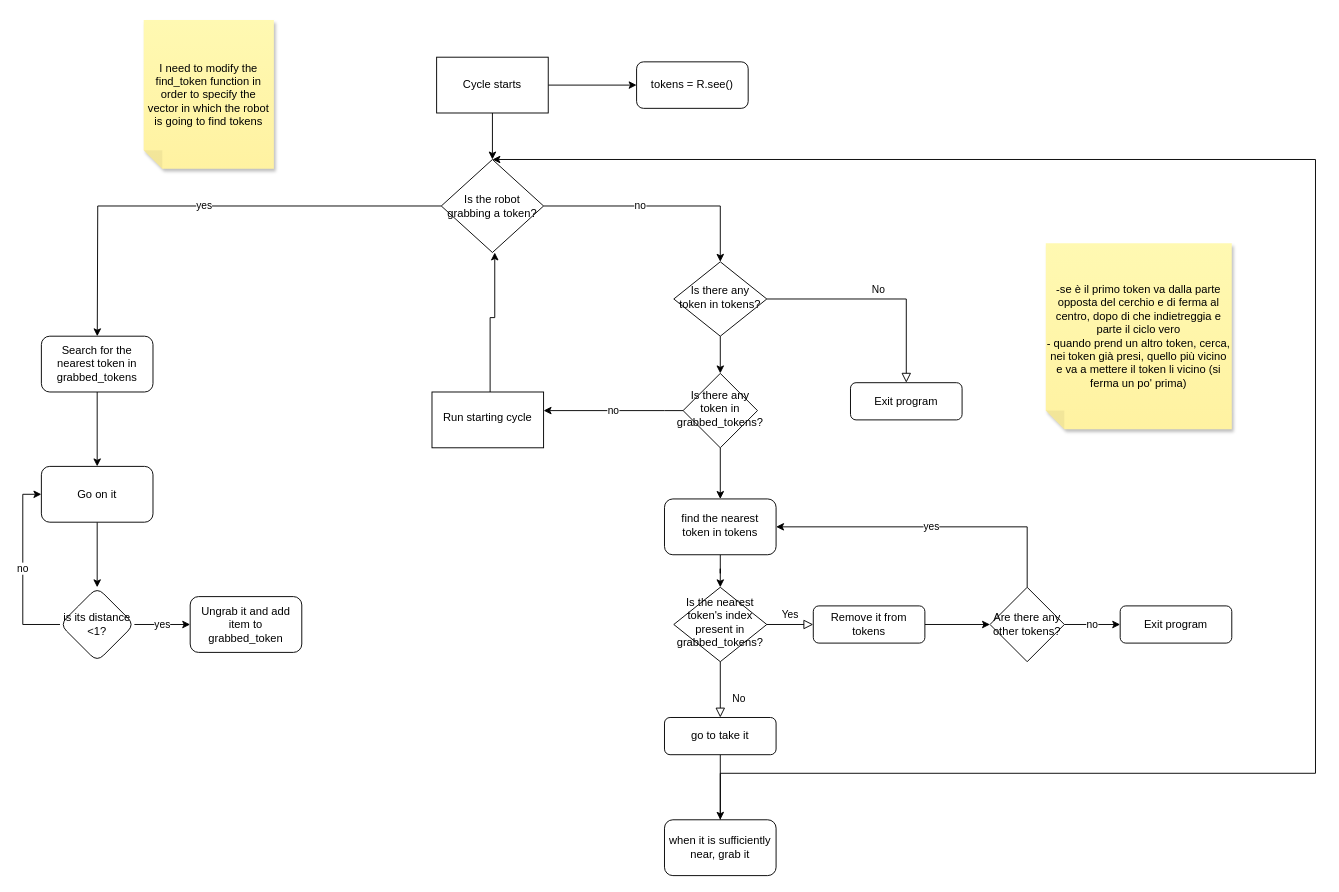
leleviola/rt1 keeps this draw.io diagram as Assignment1.drawio. Above is the earlier version. Source tidied: cells renumbered, new cells numbered last; positions are measured from the earlier drawing's top-left corner, leaving out a move shared by most shapes. Both pictures are drawn from the tidied source at 93%, with x=0, y=0 at pixel (22, 20).
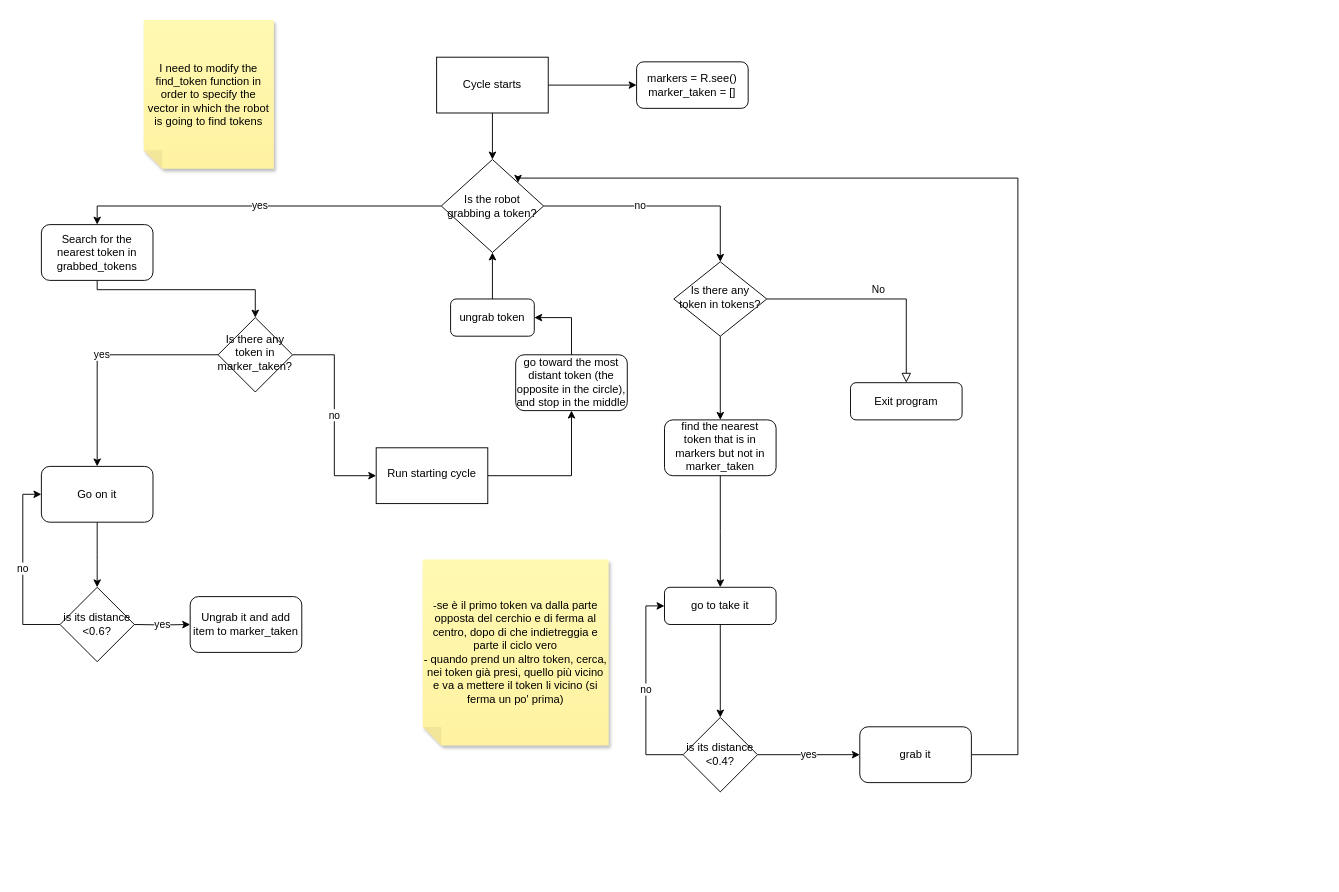
Above is the later version.

Unchanged cells that the change refers to:
```xml
<mxCell id="5" value="Is there any token in tokens?" style="rhombus;whiteSpace=wrap;html=1;shadow=0;fontFamily=Helvetica;fontSize=12;align=center;strokeWidth=1;spacing=6;spacingTop=-4;" parent="1" vertex="1">
  <mxGeometry x="700" y="260" width="100" height="80" as="geometry" />
</mxCell>
<mxCell id="18" value="Is the robot grabbing a token?" style="rhombus;whiteSpace=wrap;html=1;" parent="1" vertex="1">
  <mxGeometry x="450" y="150" width="110" height="100" as="geometry" />
</mxCell>
<mxCell id="36" value="Go on it" style="whiteSpace=wrap;html=1;rounded=1;" parent="1" vertex="1">
  <mxGeometry x="20" y="480" width="120" height="60" as="geometry" />
</mxCell>
```

What changed in the source:
```diff
@@
-    <mxCell id="2" value="tokens = R.see()" style="rounded=1;whiteSpace=wrap;html=1;fontSize=12;glass=0;strokeWidth=1;shadow=0;" parent="1" vertex="1">
+    <mxCell id="2" value="&lt;div&gt;markers = R.see()&lt;/div&gt;&lt;div&gt;marker_taken = []&lt;br&gt;&lt;/div&gt;" style="rounded=1;whiteSpace=wrap;html=1;fontSize=12;glass=0;strokeWidth=1;shadow=0;" parent="1" vertex="1">
       <mxGeometry x="660" y="45" width="120" height="50" as="geometry" />
     </mxCell>
@@
-    <mxCell id="4" style="edgeStyle=orthogonalEdgeStyle;rounded=0;jettySize=auto;html=1;" parent="1" edge="1" source="5" target="31">
-      <mxGeometry relative="1" as="geometry" />
-    </mxCell>
+    <mxCell id="43" style="edgeStyle=orthogonalEdgeStyle;rounded=0;jettySize=auto;html=1;entryX=0.5;entryY=0;entryDx=0;entryDy=0;" parent="1" edge="1" source="5" target="42">
+      <mxGeometry relative="1" as="geometry" />
+    </mxCell>
@@
-    <mxCell id="7" value="No" style="rounded=0;html=1;jettySize=auto;fontSize=11;endArrow=block;endFill=0;endSize=8;strokeWidth=1;shadow=0;labelBackgroundColor=none;edgeStyle=orthogonalEdgeStyle;" parent="1" edge="1" source="9" target="11">
-      <mxGeometry x="0.33" y="20" relative="1" as="geometry" />
-    </mxCell>
-    <mxCell id="8" value="Yes" style="edgeStyle=orthogonalEdgeStyle;rounded=0;html=1;jettySize=auto;fontSize=11;endArrow=block;endFill=0;endSize=8;strokeWidth=1;shadow=0;labelBackgroundColor=none;" parent="1" edge="1" source="9" target="13">
-      <mxGeometry y="10" relative="1" as="geometry" />
-    </mxCell>
-    <mxCell id="9" value="Is the nearest token's index present in grabbed_tokens?" style="rhombus;whiteSpace=wrap;html=1;shadow=0;fontFamily=Helvetica;fontSize=12;align=center;strokeWidth=1;spacing=6;spacingTop=-4;" parent="1" vertex="1">
-      <mxGeometry x="700" y="610" width="100" height="80" as="geometry" />
-    </mxCell>
-    <mxCell id="10" style="edgeStyle=orthogonalEdgeStyle;rounded=0;jettySize=auto;html=1;" parent="1" edge="1" source="11" target="26">
-      <mxGeometry relative="1" as="geometry" />
+    <mxCell id="10" style="edgeStyle=orthogonalEdgeStyle;rounded=0;jettySize=auto;html=1;" parent="1" edge="1" source="11">
+      <mxGeometry relative="1" as="geometry">
+        <mxPoint x="750" y="750" as="targetPoint" />
+      </mxGeometry>
     </mxCell>
     <mxCell id="11" value="go to take it" style="rounded=1;whiteSpace=wrap;html=1;fontSize=12;glass=0;strokeWidth=1;shadow=0;" parent="1" vertex="1">
-      <mxGeometry x="690" y="750" width="120" height="40" as="geometry" />
+      <mxGeometry x="690" y="610" width="120" height="40" as="geometry" />
     </mxCell>
-    <mxCell id="12" style="edgeStyle=orthogonalEdgeStyle;rounded=0;jettySize=auto;html=1;" parent="1" edge="1" source="13" target="22">
-      <mxGeometry relative="1" as="geometry" />
-    </mxCell>
-    <mxCell id="13" value="Remove it from tokens" style="rounded=1;whiteSpace=wrap;html=1;fontSize=12;glass=0;strokeWidth=1;shadow=0;" parent="1" vertex="1">
-      <mxGeometry x="850" y="630" width="120" height="40" as="geometry" />
-    </mxCell>
@@
-    <mxCell id="17" value="yes" style="edgeStyle=orthogonalEdgeStyle;rounded=0;jettySize=auto;html=1;" parent="1" edge="1" source="18">
-      <mxGeometry relative="1" as="geometry">
-        <mxPoint x="80.1" y="340.1" as="targetPoint" />
-      </mxGeometry>
-    </mxCell>
+    <mxCell id="44" value="yes" style="edgeStyle=orthogonalEdgeStyle;rounded=0;jettySize=auto;html=1;entryX=0.5;entryY=0;entryDx=0;entryDy=0;" parent="1" edge="1" source="18" target="28">
+      <mxGeometry relative="1" as="geometry" />
+    </mxCell>
@@
-    <mxCell id="20" value="no" style="edgeStyle=orthogonalEdgeStyle;rounded=0;jettySize=auto;html=1;" parent="1" edge="1" source="22" target="23">
-      <mxGeometry relative="1" as="geometry" />
-    </mxCell>
-    <mxCell id="21" value="yes" style="edgeStyle=orthogonalEdgeStyle;rounded=0;jettySize=auto;html=1;entryX=1;entryY=0.5;entryDx=0;entryDy=0;" parent="1" edge="1" source="22" target="42">
-      <mxGeometry relative="1" as="geometry">
-        <Array as="points">
-          <mxPoint x="1080" y="545" />
-        </Array>
-      </mxGeometry>
-    </mxCell>
-    <mxCell id="22" value="Are there any other tokens?" style="rhombus;whiteSpace=wrap;html=1;" parent="1" vertex="1">
-      <mxGeometry x="1040" y="610" width="80" height="80" as="geometry" />
-    </mxCell>
-    <mxCell id="23" value="Exit program" style="rounded=1;whiteSpace=wrap;html=1;" parent="1" vertex="1">
-      <mxGeometry x="1180" y="630" width="120" height="40" as="geometry" />
-    </mxCell>
     <mxCell id="24" value="&lt;div&gt;-se è il primo token va dalla parte opposta del cerchio e di ferma al centro, dopo di che indietreggia e parte il ciclo vero&lt;/div&gt;&lt;div&gt;- quando prend un altro token, cerca, nei token già presi, quello più vicino e va a mettere il token li vicino (si ferma un po' prima)&lt;br&gt;&lt;/div&gt;" style="shape=note;whiteSpace=wrap;html=1;backgroundOutline=1;fontColor=#000000;darkOpacity=0.05;fillColor=#FFF9B2;strokeColor=none;fillStyle=solid;direction=west;gradientDirection=north;gradientColor=#FFF2A1;shadow=1;size=20;" parent="1" vertex="1">
-      <mxGeometry x="1100" y="240" width="200" height="200" as="geometry" />
+      <mxGeometry x="430" y="580" width="200" height="200" as="geometry" />
     </mxCell>
-    <mxCell id="25" style="edgeStyle=orthogonalEdgeStyle;rounded=0;jettySize=auto;html=1;entryX=0.5;entryY=0;entryDx=0;entryDy=0;" parent="1" edge="1" source="26" target="18">
-      <mxGeometry relative="1" as="geometry">
-        <Array as="points">
-          <mxPoint x="750" y="810" />
-          <mxPoint x="1390" y="810" />
-          <mxPoint x="1390" y="150" />
-        </Array>
-      </mxGeometry>
-    </mxCell>
-    <mxCell id="26" value="when it is sufficiently near, grab it" style="whiteSpace=wrap;html=1;rounded=1;glass=0;strokeWidth=1;shadow=0;" parent="1" vertex="1">
-      <mxGeometry x="690" y="860" width="120" height="60" as="geometry" />
-    </mxCell>
-    <mxCell id="27" style="edgeStyle=orthogonalEdgeStyle;rounded=0;jettySize=auto;html=1;" parent="1" edge="1" source="28" target="36">
-      <mxGeometry relative="1" as="geometry" />
-    </mxCell>
+    <mxCell id="45" style="edgeStyle=orthogonalEdgeStyle;rounded=0;jettySize=auto;html=1;entryX=0.5;entryY=0;entryDx=0;entryDy=0;" parent="1" edge="1" source="28" target="31">
+      <mxGeometry relative="1" as="geometry">
+        <Array as="points">
+          <mxPoint x="80" y="290" />
+          <mxPoint x="250" y="290" />
+        </Array>
+      </mxGeometry>
+    </mxCell>
     <mxCell id="28" value="Search for the nearest token in grabbed_tokens" style="rounded=1;whiteSpace=wrap;html=1;" parent="1" vertex="1">
-      <mxGeometry x="20" y="340" width="120" height="60" as="geometry" />
+      <mxGeometry x="20" y="220" width="120" height="60" as="geometry" />
     </mxCell>
-    <mxCell id="29" value="no" style="edgeStyle=orthogonalEdgeStyle;rounded=0;jettySize=auto;html=1;" parent="1" edge="1" source="31" target="33">
-      <mxGeometry relative="1" as="geometry">
-        <Array as="points">
-          <mxPoint x="690" y="420" />
-          <mxPoint x="690" y="420" />
-        </Array>
-      </mxGeometry>
+    <mxCell id="29" value="no" style="edgeStyle=orthogonalEdgeStyle;rounded=0;jettySize=auto;html=1;entryX=0;entryY=0.5;entryDx=0;entryDy=0;" parent="1" edge="1" source="31" target="33">
+      <mxGeometry relative="1" as="geometry" />
     </mxCell>
-    <mxCell id="30" style="edgeStyle=orthogonalEdgeStyle;rounded=0;jettySize=auto;html=1;" parent="1" edge="1" source="31" target="42">
-      <mxGeometry relative="1" as="geometry" />
-    </mxCell>
+    <mxCell id="46" value="yes" style="edgeStyle=orthogonalEdgeStyle;rounded=0;jettySize=auto;html=1;entryX=0.5;entryY=0;entryDx=0;entryDy=0;" parent="1" edge="1" source="31" target="36">
+      <mxGeometry relative="1" as="geometry" />
+    </mxCell>
-    <mxCell id="31" value="Is there any token in grabbed_tokens?" style="rhombus;whiteSpace=wrap;html=1;shadow=0;strokeWidth=1;spacing=6;spacingTop=-4;" parent="1" vertex="1">
-      <mxGeometry x="710" y="380" width="80" height="80" as="geometry" />
+    <mxCell id="31" value="Is there any token in marker_taken?" style="rhombus;whiteSpace=wrap;html=1;shadow=0;strokeWidth=1;spacing=6;spacingTop=-4;" parent="1" vertex="1">
+      <mxGeometry x="210" y="320" width="80" height="80" as="geometry" />
     </mxCell>
-    <mxCell id="32" style="edgeStyle=orthogonalEdgeStyle;rounded=0;orthogonalLoop=1;jettySize=auto;html=1;entryX=0.5;entryY=1;entryDx=0;entryDy=0;" parent="1" edge="1">
-      <mxGeometry relative="1" as="geometry">
-        <mxPoint x="502.5" y="400" as="sourcePoint" />
-        <mxPoint x="507.5" y="250" as="targetPoint" />
-        <Array as="points">
-          <mxPoint x="502.5" y="320" />
-          <mxPoint x="507.5" y="320" />
-        </Array>
-      </mxGeometry>
-    </mxCell>
+    <mxCell id="47" style="edgeStyle=orthogonalEdgeStyle;rounded=0;jettySize=auto;html=1;entryX=0.5;entryY=1;entryDx=0;entryDy=0;" parent="1" edge="1" source="33" target="49">
+      <mxGeometry relative="1" as="geometry" />
+    </mxCell>
     <mxCell id="33" value="Run starting cycle" style="whiteSpace=wrap;html=1;shadow=0;strokeWidth=1;spacing=6;spacingTop=-4;" parent="1" vertex="1">
-      <mxGeometry x="440" y="400" width="120" height="60" as="geometry" />
+      <mxGeometry x="380" y="460" width="120" height="60" as="geometry" />
     </mxCell>
@@
-    <mxCell id="35" style="edgeStyle=orthogonalEdgeStyle;rounded=0;jettySize=auto;html=1;" parent="1" edge="1" source="36" target="39">
-      <mxGeometry relative="1" as="geometry" />
+    <mxCell id="35" style="edgeStyle=orthogonalEdgeStyle;rounded=0;jettySize=auto;html=1;" parent="1" edge="1" source="36">
+      <mxGeometry relative="1" as="geometry">
+        <mxPoint x="80" y="610" as="targetPoint" />
+      </mxGeometry>
     </mxCell>
@@
-    <mxCell id="37" value="yes" style="edgeStyle=orthogonalEdgeStyle;rounded=0;jettySize=auto;html=1;" parent="1" edge="1" source="39" target="40">
-      <mxGeometry relative="1" as="geometry" />
+    <mxCell id="37" value="yes" style="edgeStyle=orthogonalEdgeStyle;rounded=0;jettySize=auto;html=1;" parent="1" edge="1" target="40">
+      <mxGeometry relative="1" as="geometry">
+        <mxPoint x="120" y="650" as="sourcePoint" />
+      </mxGeometry>
     </mxCell>
-    <mxCell id="38" value="no" style="edgeStyle=orthogonalEdgeStyle;rounded=0;jettySize=auto;html=1;entryX=0;entryY=0.5;entryDx=0;entryDy=0;" parent="1" edge="1" source="39" target="36">
+    <mxCell id="38" value="no" style="edgeStyle=orthogonalEdgeStyle;rounded=0;jettySize=auto;html=1;entryX=0;entryY=0.5;entryDx=0;entryDy=0;" parent="1" edge="1" target="36">
       <mxGeometry relative="1" as="geometry">
+        <mxPoint x="40" y="650" as="sourcePoint" />
         <Array as="points">
           <mxPoint y="650" />
           <mxPoint y="510" />
         </Array>
       </mxGeometry>
     </mxCell>
-    <mxCell id="39" value="is its distance &amp;lt;1?" style="rhombus;whiteSpace=wrap;html=1;rounded=1;" parent="1" vertex="1">
-      <mxGeometry x="40" y="610" width="80" height="80" as="geometry" />
-    </mxCell>
-    <mxCell id="40" value="Ungrab it and add item to grabbed_token" style="whiteSpace=wrap;html=1;rounded=1;" parent="1" vertex="1">
+    <mxCell id="40" value="Ungrab it and add item to marker_taken" style="whiteSpace=wrap;html=1;rounded=1;" parent="1" vertex="1">
       <mxGeometry x="180" y="620" width="120" height="60" as="geometry" />
     </mxCell>
-    <mxCell id="41" style="edgeStyle=orthogonalEdgeStyle;rounded=0;jettySize=auto;html=1;" parent="1" edge="1" source="42" target="9">
-      <mxGeometry relative="1" as="geometry" />
+    <mxCell id="41" style="edgeStyle=orthogonalEdgeStyle;rounded=0;jettySize=auto;html=1;" parent="1" edge="1" source="42">
+      <mxGeometry relative="1" as="geometry">
+        <mxPoint x="750" y="610" as="targetPoint" />
+      </mxGeometry>
     </mxCell>
-    <mxCell id="42" value="find the nearest token in tokens" style="rounded=1;whiteSpace=wrap;html=1;shadow=0;strokeWidth=1;spacing=6;spacingTop=-4;" parent="1" vertex="1">
-      <mxGeometry x="690" y="515" width="120" height="60" as="geometry" />
+    <mxCell id="42" value="find the nearest token that is in markers but not in marker_taken " style="rounded=1;whiteSpace=wrap;html=1;shadow=0;strokeWidth=1;spacing=6;spacingTop=-4;" parent="1" vertex="1">
+      <mxGeometry x="690" y="430" width="120" height="60" as="geometry" />
     </mxCell>
+    <mxCell id="48" style="edgeStyle=orthogonalEdgeStyle;rounded=0;jettySize=auto;html=1;entryX=1;entryY=0.5;entryDx=0;entryDy=0;" parent="1" edge="1" source="49" target="51">
+      <mxGeometry relative="1" as="geometry" />
+    </mxCell>
+    <mxCell id="49" value="go toward the most distant token (the opposite in the circle), and stop in the middle" style="rounded=1;whiteSpace=wrap;html=1;" parent="1" vertex="1">
+      <mxGeometry x="530" y="360" width="120" height="60" as="geometry" />
+    </mxCell>
+    <mxCell id="50" style="edgeStyle=orthogonalEdgeStyle;rounded=0;jettySize=auto;html=1;exitX=0.5;exitY=0;exitDx=0;exitDy=0;entryX=0.5;entryY=1;entryDx=0;entryDy=0;" parent="1" edge="1" source="51" target="18">
+      <mxGeometry relative="1" as="geometry" />
+    </mxCell>
+    <mxCell id="51" value="ungrab token" style="rounded=1;whiteSpace=wrap;html=1;" parent="1" vertex="1">
+      <mxGeometry x="460" y="300" width="90" height="40" as="geometry" />
+    </mxCell>
+    <mxCell id="52" value="is its distance &amp;lt;0.6?" style="rhombus;whiteSpace=wrap;html=1;" parent="1" vertex="1">
+      <mxGeometry x="40" y="610" width="80" height="80" as="geometry" />
+    </mxCell>
+    <mxCell id="53" value="no" style="edgeStyle=orthogonalEdgeStyle;rounded=0;jettySize=auto;html=1;entryX=0;entryY=0.5;entryDx=0;entryDy=0;" parent="1" edge="1" source="54" target="11">
+      <mxGeometry relative="1" as="geometry">
+        <Array as="points">
+          <mxPoint x="670" y="790" />
+          <mxPoint x="670" y="630" />
+        </Array>
+      </mxGeometry>
+    </mxCell>
+    <mxCell id="17" value="yes" style="edgeStyle=orthogonalEdgeStyle;rounded=0;jettySize=auto;html=1;" parent="1" edge="1" source="54" target="56">
+      <mxGeometry relative="1" as="geometry" />
+    </mxCell>
+    <mxCell id="54" value="is its distance &amp;lt;0.4?" style="rhombus;whiteSpace=wrap;html=1;" parent="1" vertex="1">
+      <mxGeometry x="710" y="750" width="80" height="80" as="geometry" />
+    </mxCell>
+    <mxCell id="55" style="edgeStyle=orthogonalEdgeStyle;rounded=0;jettySize=auto;html=1;entryX=1;entryY=0;entryDx=0;entryDy=0;" parent="1" edge="1" source="56" target="18">
+      <mxGeometry relative="1" as="geometry">
+        <Array as="points">
+          <mxPoint x="1070" y="790" />
+          <mxPoint x="1070" y="170" />
+          <mxPoint x="533" y="170" />
+        </Array>
+      </mxGeometry>
+    </mxCell>
+    <mxCell id="56" value="grab it" style="rounded=1;whiteSpace=wrap;html=1;" parent="1" vertex="1">
+      <mxGeometry x="900" y="760" width="120" height="60" as="geometry" />
+    </mxCell>
```
